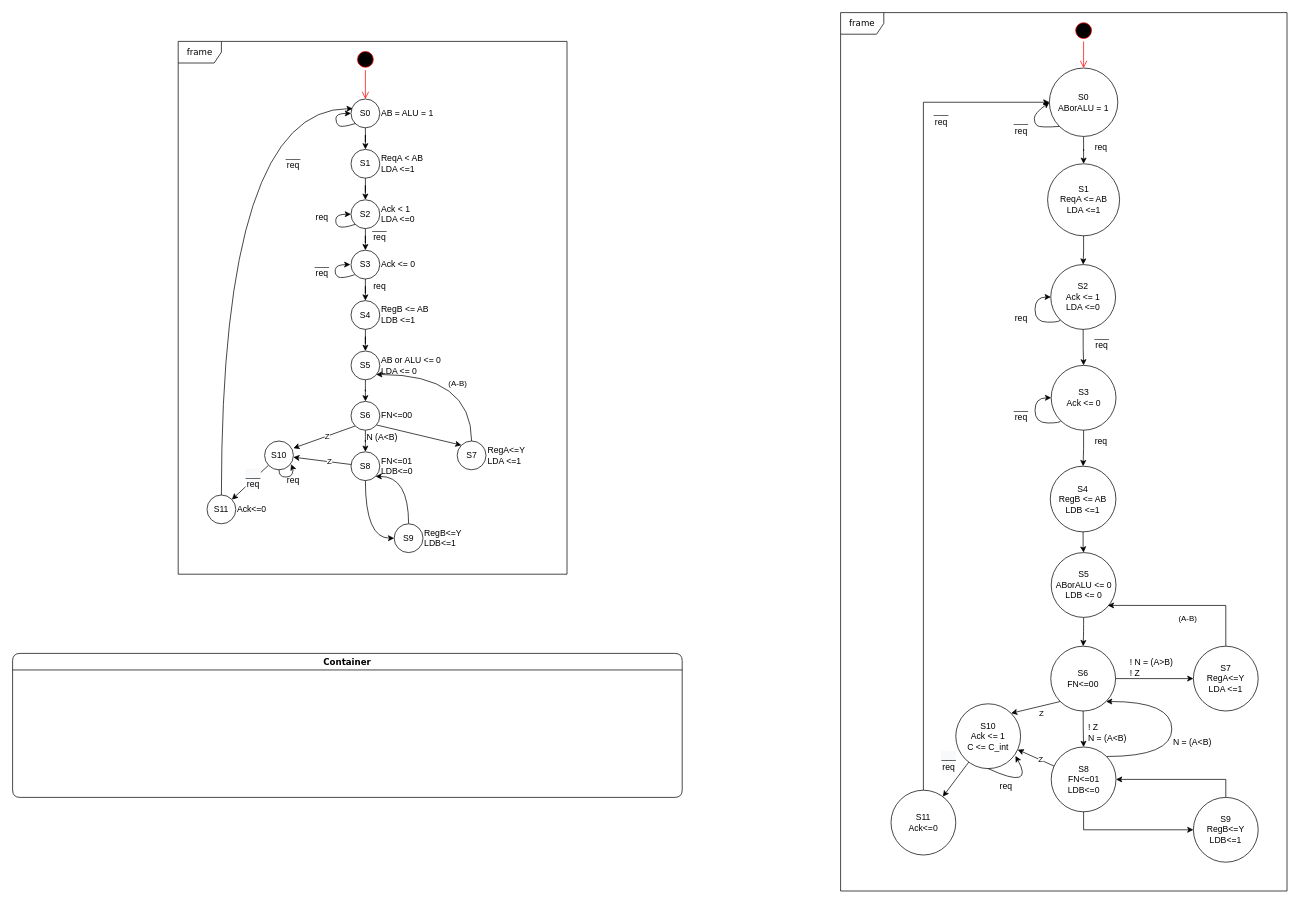
Above: page "Page-1" (1 of 2) of Untitled Diagram.drawio in rudfor/DesignDigitalSystems (draw.io), before the change. Source tidied: cells renumbered, new cells numbered last; positions are measured from the earlier drawing's top-left corner, leaving out a move shared by most shapes. Both pictures are drawn from the tidied source at 72%, with x=0, y=0 at pixel (12, 12).
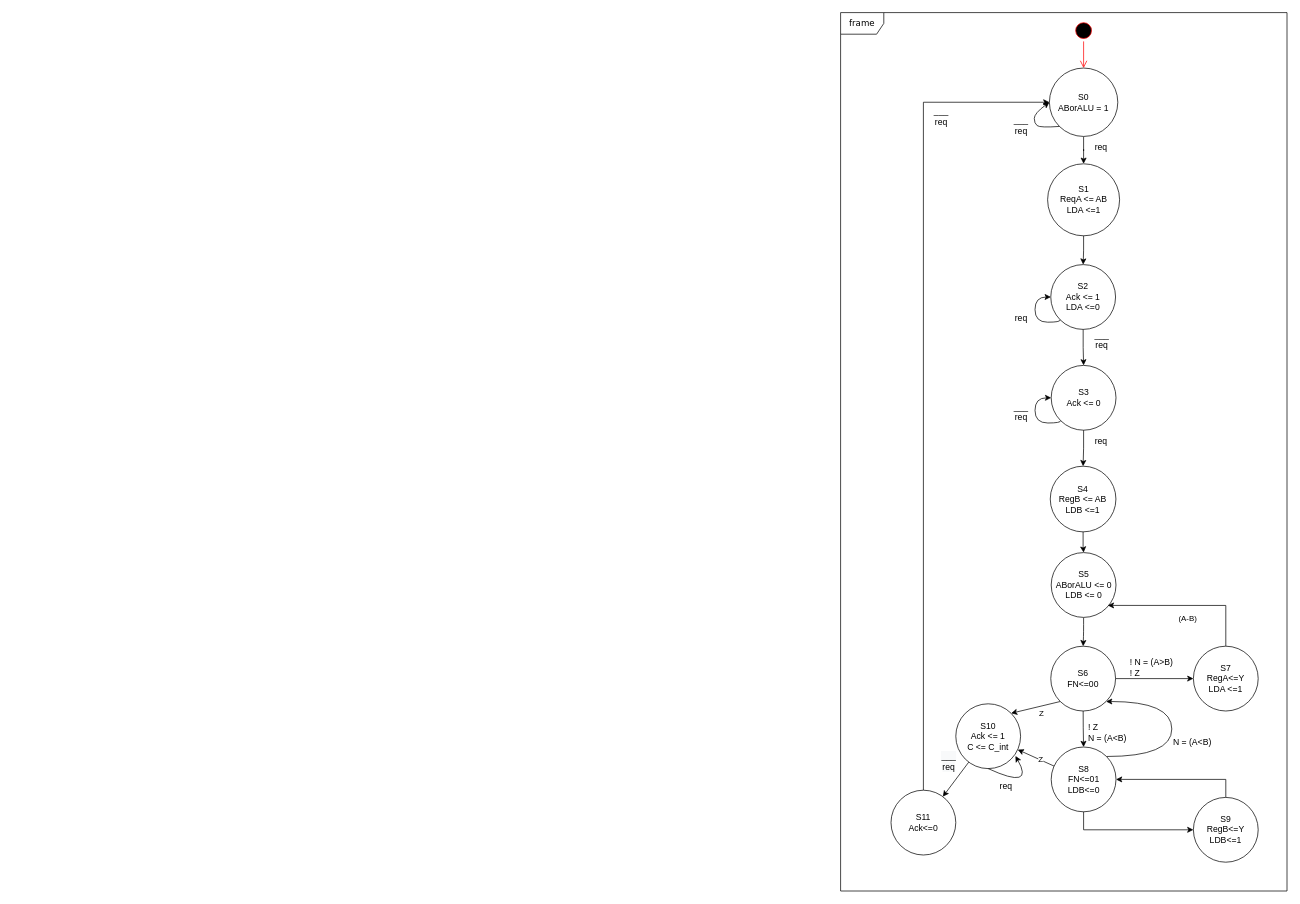
After the change.

Diff of the diagram source:
```diff
@@
-    <mxCell id="2" value="Container" style="swimlane;whiteSpace=wrap;html=1;rounded=1;shadow=0;comic=0;labelBackgroundColor=none;strokeWidth=1;fontFamily=Verdana;fontSize=12;align=center;" parent="1" vertex="1">
-      <mxGeometry y="890" width="930" height="200" as="geometry" />
-    </mxCell>
-    <mxCell id="3" value="frame" style="shape=umlFrame;whiteSpace=wrap;html=1;rounded=1;shadow=0;comic=0;labelBackgroundColor=none;strokeWidth=1;fontFamily=Verdana;fontSize=12;align=center;" parent="1" vertex="1">
-      <mxGeometry x="230" y="40" width="540" height="740" as="geometry" />
-    </mxCell>
-    <mxCell id="4" value="AB = ALU = 1" style="text;html=1;strokeColor=none;fillColor=none;align=left;verticalAlign=middle;whiteSpace=wrap;rounded=0;" parent="1" vertex="1">
-      <mxGeometry x="510" y="130" width="90" height="20" as="geometry" />
-    </mxCell>
-    <mxCell id="5" style="ellipse;html=1;shape=startState;fillColor=#000000;strokeColor=#ff0000;" parent="1" vertex="1">
-      <mxGeometry x="475" y="50" width="30" height="30" as="geometry" />
-    </mxCell>
-    <mxCell id="6" style="edgeStyle=orthogonalEdgeStyle;html=1;verticalAlign=bottom;endArrow=open;endSize=8;strokeColor=#ff0000;" parent="1" edge="1" source="5" target="8">
-      <mxGeometry relative="1" as="geometry" />
-    </mxCell>
-    <mxCell id="7" style="edgeStyle=orthogonalEdgeStyle;rounded=0;jettySize=auto;html=1;" parent="1" edge="1" source="8" target="9">
-      <mxGeometry relative="1" as="geometry" />
-    </mxCell>
-    <mxCell id="8" value="S0" style="ellipse;whiteSpace=wrap;html=1;" parent="1" vertex="1">
-      <mxGeometry x="470" y="120" width="40" height="40" as="geometry" />
-    </mxCell>
-    <mxCell id="9" value="S1" style="ellipse;whiteSpace=wrap;html=1;" parent="1" vertex="1">
-      <mxGeometry x="470" y="190" width="40" height="40" as="geometry" />
-    </mxCell>
-    <mxCell id="10" value="___&lt;br&gt;req" style="text;html=1;strokeColor=none;fillColor=none;align=center;verticalAlign=middle;whiteSpace=wrap;rounded=0;" parent="1" vertex="1">
-      <mxGeometry x="490" y="290" width="40" height="30" as="geometry" />
-    </mxCell>
-    <mxCell id="11" value="ReqA &amp;lt; AB&lt;br&gt;LDA &amp;lt;=1" style="text;html=1;strokeColor=none;fillColor=none;align=left;verticalAlign=middle;whiteSpace=wrap;rounded=0;" parent="1" vertex="1">
-      <mxGeometry x="510" y="190" width="90" height="40" as="geometry" />
-    </mxCell>
-    <mxCell id="12" style="edgeStyle=orthogonalEdgeStyle;rounded=0;jettySize=auto;html=1;exitX=0.5;exitY=1;exitDx=0;exitDy=0;" parent="1" edge="1" source="9" target="13">
-      <mxGeometry relative="1" as="geometry" />
-    </mxCell>
-    <mxCell id="13" value="S2" style="ellipse;whiteSpace=wrap;html=1;" parent="1" vertex="1">
-      <mxGeometry x="470" y="260" width="40" height="40" as="geometry" />
-    </mxCell>
-    <mxCell id="14" value="Ack &amp;lt; 1&lt;br&gt;LDA &amp;lt;=0" style="text;html=1;strokeColor=none;fillColor=none;align=left;verticalAlign=middle;whiteSpace=wrap;rounded=0;" parent="1" vertex="1">
-      <mxGeometry x="510" y="260" width="90" height="40" as="geometry" />
-    </mxCell>
-    <mxCell id="15" value="req" style="text;html=1;strokeColor=none;fillColor=none;align=center;verticalAlign=middle;whiteSpace=wrap;rounded=0;" parent="1" vertex="1">
-      <mxGeometry x="410" y="270" width="40" height="30" as="geometry" />
-    </mxCell>
-    <mxCell id="16" style="edgeStyle=orthogonalEdgeStyle;rounded=0;jettySize=auto;html=1;exitX=0.5;exitY=1;exitDx=0;exitDy=0;" parent="1" edge="1" source="13" target="17">
-      <mxGeometry relative="1" as="geometry" />
-    </mxCell>
-    <mxCell id="17" value="S3" style="ellipse;whiteSpace=wrap;html=1;" parent="1" vertex="1">
-      <mxGeometry x="470" y="330" width="40" height="40" as="geometry" />
-    </mxCell>
-    <mxCell id="18" value="Ack &amp;lt;= 0&lt;br&gt;" style="text;html=1;strokeColor=none;fillColor=none;align=left;verticalAlign=middle;whiteSpace=wrap;rounded=0;" parent="1" vertex="1">
-      <mxGeometry x="510" y="330" width="90" height="40" as="geometry" />
-    </mxCell>
-    <mxCell id="19" value="___&lt;br&gt;req" style="text;html=1;strokeColor=none;fillColor=none;align=center;verticalAlign=middle;whiteSpace=wrap;rounded=0;" parent="1" vertex="1">
-      <mxGeometry x="370" y="190" width="40" height="30" as="geometry" />
-    </mxCell>
-    <mxCell id="20" value="req" style="text;html=1;strokeColor=none;fillColor=none;align=center;verticalAlign=middle;whiteSpace=wrap;rounded=0;" parent="1" vertex="1">
-      <mxGeometry x="490" y="365" width="40" height="30" as="geometry" />
-    </mxCell>
-    <mxCell id="21" value="___&lt;br&gt;req" style="text;html=1;strokeColor=none;fillColor=none;align=center;verticalAlign=middle;whiteSpace=wrap;rounded=0;" parent="1" vertex="1">
-      <mxGeometry x="410" y="340" width="40" height="30" as="geometry" />
-    </mxCell>
-    <mxCell id="22" value="req" style="text;html=1;strokeColor=none;fillColor=none;align=center;verticalAlign=middle;whiteSpace=wrap;rounded=0;" parent="1" vertex="1">
-      <mxGeometry x="370" y="635" width="40" height="30" as="geometry" />
-    </mxCell>
-    <mxCell id="23" style="edgeStyle=orthogonalEdgeStyle;rounded=0;jettySize=auto;html=1;exitX=0.5;exitY=1;exitDx=0;exitDy=0;" parent="1" edge="1" source="17" target="24">
-      <mxGeometry relative="1" as="geometry" />
-    </mxCell>
-    <mxCell id="24" value="S4" style="ellipse;whiteSpace=wrap;html=1;" parent="1" vertex="1">
-      <mxGeometry x="470" y="400" width="40" height="40" as="geometry" />
-    </mxCell>
-    <mxCell id="25" value="RegB &amp;lt;= AB&lt;br&gt;LDB &amp;lt;=1" style="text;html=1;strokeColor=none;fillColor=none;align=left;verticalAlign=middle;whiteSpace=wrap;rounded=0;" parent="1" vertex="1">
-      <mxGeometry x="510" y="400" width="90" height="40" as="geometry" />
-    </mxCell>
-    <mxCell id="26" style="edgeStyle=orthogonalEdgeStyle;rounded=0;jettySize=auto;html=1;exitX=0.5;exitY=1;exitDx=0;exitDy=0;" parent="1" edge="1" source="24" target="28">
-      <mxGeometry relative="1" as="geometry" />
-    </mxCell>
-    <mxCell id="27" style="edgeStyle=orthogonalEdgeStyle;curved=1;jettySize=auto;html=1;" parent="1" edge="1" source="28" target="33">
-      <mxGeometry relative="1" as="geometry" />
-    </mxCell>
-    <mxCell id="28" value="S5" style="ellipse;whiteSpace=wrap;html=1;" parent="1" vertex="1">
-      <mxGeometry x="470" y="470" width="40" height="40" as="geometry" />
-    </mxCell>
-    <mxCell id="29" value="AB or ALU &amp;lt;= 0&lt;br&gt;LDA &amp;lt;= 0" style="text;html=1;strokeColor=none;fillColor=none;align=left;verticalAlign=middle;whiteSpace=wrap;rounded=0;" parent="1" vertex="1">
-      <mxGeometry x="510" y="470" width="90" height="40" as="geometry" />
-    </mxCell>
-    <mxCell id="30" style="edgeStyle=orthogonalEdgeStyle;curved=1;rounded=0;jettySize=auto;html=1;" parent="1" edge="1" source="33" target="46">
-      <mxGeometry relative="1" as="geometry" />
-    </mxCell>
-    <mxCell id="31" style="rounded=0;jettySize=auto;html=1;exitX=0;exitY=1;exitDx=0;exitDy=0;entryX=1;entryY=0.25;entryDx=0;entryDy=0;entryPerimeter=0;" parent="1" edge="1" source="33" target="54">
-      <mxGeometry relative="1" as="geometry" />
-    </mxCell>
-    <mxCell id="32" value="Z" style="edgeLabel;html=1;align=center;verticalAlign=middle;" parent="31" vertex="1">
-      <mxGeometry x="-0.08" relative="1" as="geometry" />
-    </mxCell>
-    <mxCell id="33" value="S6" style="ellipse;whiteSpace=wrap;html=1;" parent="1" vertex="1">
-      <mxGeometry x="470" y="540" width="40" height="40" as="geometry" />
-    </mxCell>
-    <mxCell id="34" value="FN&amp;lt;=00" style="text;html=1;strokeColor=none;fillColor=none;align=left;verticalAlign=middle;whiteSpace=wrap;rounded=0;" parent="1" vertex="1">
-      <mxGeometry x="510" y="540" width="90" height="40" as="geometry" />
-    </mxCell>
-    <mxCell id="35" style="endArrow=classic;html=1;entryX=0;entryY=0.5;entryDx=0;entryDy=0;exitX=0;exitY=1;exitDx=0;exitDy=0;curved=1;" parent="1" edge="1" source="13" target="13">
-      <mxGeometry relative="1" as="geometry">
-        <Array as="points">
-          <mxPoint x="458" y="300" />
-          <mxPoint x="448" y="294" />
-          <mxPoint x="450" y="280" />
-        </Array>
-      </mxGeometry>
-    </mxCell>
-    <mxCell id="36" style="endArrow=classic;html=1;entryX=0;entryY=0.5;entryDx=0;entryDy=0;exitX=0;exitY=1;exitDx=0;exitDy=0;curved=1;" parent="1" edge="1" source="8" target="8">
-      <mxGeometry relative="1" as="geometry">
-        <Array as="points">
-          <mxPoint x="457.1" y="160" />
-          <mxPoint x="449" y="154" />
-          <mxPoint x="449" y="140" />
-        </Array>
-      </mxGeometry>
-    </mxCell>
-    <mxCell id="37" style="endArrow=classic;html=1;entryX=0;entryY=0.5;entryDx=0;entryDy=0;exitX=0;exitY=1;exitDx=0;exitDy=0;curved=1;" parent="1" edge="1">
-      <mxGeometry relative="1" as="geometry">
-        <mxPoint x="475" y="364.1" as="sourcePoint" />
-        <mxPoint x="469.1" y="350" as="targetPoint" />
-        <Array as="points">
-          <mxPoint x="457.2" y="370" />
-          <mxPoint x="447.2" y="364" />
-          <mxPoint x="449.2" y="350" />
-        </Array>
-      </mxGeometry>
-    </mxCell>
-    <mxCell id="38" style="edgeStyle=orthogonalEdgeStyle;curved=1;rounded=0;jettySize=auto;html=1;exitX=0.5;exitY=0;exitDx=0;exitDy=0;entryX=0.874;entryY=0.815;entryDx=0;entryDy=0;entryPerimeter=0;" parent="1" edge="1" source="40" target="28">
-      <mxGeometry relative="1" as="geometry">
-        <Array as="points">
-          <mxPoint x="638" y="503" />
-        </Array>
-      </mxGeometry>
-    </mxCell>
-    <mxCell id="39" value="(A-B)" style="edgeLabel;html=1;align=center;verticalAlign=middle;" parent="38" vertex="1">
-      <mxGeometry y="12" relative="1" as="geometry" />
-    </mxCell>
-    <mxCell id="40" value="S7" style="ellipse;whiteSpace=wrap;html=1;" parent="1" vertex="1">
-      <mxGeometry x="617.5" y="595" width="40" height="40" as="geometry" />
-    </mxCell>
-    <mxCell id="41" style="jettySize=auto;html=1;exitX=0.898;exitY=0.822;exitDx=0;exitDy=0;exitPerimeter=0;entryX=0;entryY=0;entryDx=0;entryDy=0;rounded=0;" parent="1" edge="1" source="33" target="40">
-      <mxGeometry relative="1" as="geometry" />
-    </mxCell>
-    <mxCell id="42" value="RegA&amp;lt;=Y&lt;br&gt;LDA &amp;lt;=1" style="text;html=1;strokeColor=none;fillColor=none;align=left;verticalAlign=middle;whiteSpace=wrap;rounded=0;" parent="1" vertex="1">
-      <mxGeometry x="657.5" y="595" width="90" height="40" as="geometry" />
-    </mxCell>
-    <mxCell id="43" style="edgeStyle=orthogonalEdgeStyle;curved=1;rounded=0;jettySize=auto;html=1;exitX=1;exitY=1;exitDx=0;exitDy=0;endArrow=none;endFill=0;startArrow=classic;startFill=1;" parent="1" edge="1" source="46" target="49">
-      <mxGeometry relative="1" as="geometry" />
-    </mxCell>
-    <mxCell id="44" style="edgeStyle=none;rounded=0;jettySize=auto;html=1;" parent="1" edge="1" source="46" target="54">
-      <mxGeometry relative="1" as="geometry" />
-    </mxCell>
-    <mxCell id="45" value="Z" style="edgeLabel;html=1;align=center;verticalAlign=middle;" parent="44" vertex="1">
-      <mxGeometry x="-0.23" y="-1" relative="1" as="geometry" />
-    </mxCell>
-    <mxCell id="46" value="S8" style="ellipse;whiteSpace=wrap;html=1;" parent="1" vertex="1">
-      <mxGeometry x="470" y="610" width="40" height="40" as="geometry" />
-    </mxCell>
-    <mxCell id="47" value="FN&amp;lt;=01&lt;br&gt;LDB&amp;lt;=0" style="text;html=1;strokeColor=none;fillColor=none;align=left;verticalAlign=middle;whiteSpace=wrap;rounded=0;" parent="1" vertex="1">
-      <mxGeometry x="510" y="610" width="90" height="40" as="geometry" />
-    </mxCell>
-    <mxCell id="48" style="edgeStyle=orthogonalEdgeStyle;curved=1;rounded=0;jettySize=auto;html=1;exitX=0;exitY=0.5;exitDx=0;exitDy=0;entryX=0.5;entryY=1;entryDx=0;entryDy=0;startArrow=classic;startFill=1;endArrow=none;endFill=0;" parent="1" edge="1" source="49" target="46">
-      <mxGeometry relative="1" as="geometry">
-        <Array as="points">
-          <mxPoint x="490" y="730" />
-        </Array>
-      </mxGeometry>
-    </mxCell>
-    <mxCell id="49" value="S9" style="ellipse;whiteSpace=wrap;html=1;" parent="1" vertex="1">
-      <mxGeometry x="530" y="710" width="40" height="40" as="geometry" />
-    </mxCell>
-    <mxCell id="50" value="RegB&amp;lt;=Y&lt;br&gt;LDB&amp;lt;=1" style="text;html=1;strokeColor=none;fillColor=none;align=left;verticalAlign=middle;whiteSpace=wrap;rounded=0;" parent="1" vertex="1">
-      <mxGeometry x="570" y="710" width="90" height="40" as="geometry" />
-    </mxCell>
-    <mxCell id="51" value="N&amp;nbsp;(A&amp;lt;B)" style="text;html=1;strokeColor=none;fillColor=none;align=left;verticalAlign=middle;whiteSpace=wrap;rounded=0;" parent="1" vertex="1">
-      <mxGeometry x="490" y="570" width="90" height="40" as="geometry" />
-    </mxCell>
-    <mxCell id="52" style="edgeStyle=none;rounded=0;jettySize=auto;html=1;" parent="1" edge="1" source="54" target="56">
-      <mxGeometry relative="1" as="geometry" />
-    </mxCell>
-    <mxCell id="53" value="&lt;span style=&quot;font-size: 12px ; background-color: rgb(248 , 249 , 250)&quot;&gt;___&lt;/span&gt;&lt;br style=&quot;font-size: 12px ; background-color: rgb(248 , 249 , 250)&quot;&gt;&lt;span style=&quot;font-size: 12px ; background-color: rgb(248 , 249 , 250)&quot;&gt;req&lt;/span&gt;" style="edgeLabel;html=1;align=center;verticalAlign=middle;" parent="52" vertex="1">
-      <mxGeometry x="-0.17" y="-1" relative="1" as="geometry" />
-    </mxCell>
-    <mxCell id="54" value="S10" style="ellipse;whiteSpace=wrap;html=1;" parent="1" vertex="1">
-      <mxGeometry x="350" y="595" width="40" height="40" as="geometry" />
-    </mxCell>
-    <mxCell id="55" style="edgeStyle=orthogonalEdgeStyle;rounded=0;jettySize=auto;html=1;exitX=0.5;exitY=0;exitDx=0;exitDy=0;entryX=0.06;entryY=0.335;entryDx=0;entryDy=0;entryPerimeter=0;curved=1;" parent="1" edge="1" source="56" target="8">
-      <mxGeometry relative="1" as="geometry">
-        <Array as="points">
-          <mxPoint x="290" y="133" />
-        </Array>
-      </mxGeometry>
-    </mxCell>
-    <mxCell id="56" value="S11" style="ellipse;whiteSpace=wrap;html=1;" parent="1" vertex="1">
-      <mxGeometry x="270" y="670" width="40" height="40" as="geometry" />
-    </mxCell>
-    <mxCell id="57" value="Ack&amp;lt;=0" style="text;html=1;strokeColor=none;fillColor=none;align=left;verticalAlign=middle;whiteSpace=wrap;rounded=0;" parent="1" vertex="1">
-      <mxGeometry x="310" y="670" width="90" height="40" as="geometry" />
-    </mxCell>
-    <mxCell id="58" style="endArrow=classic;html=1;entryX=0.92;entryY=0.805;entryDx=0;entryDy=0;exitX=0.5;exitY=1;exitDx=0;exitDy=0;curved=1;entryPerimeter=0;" parent="1" edge="1" source="54" target="54">
-      <mxGeometry relative="1" as="geometry">
-        <Array as="points">
-          <mxPoint x="370" y="645" />
-          <mxPoint x="387" y="645" />
-          <mxPoint x="390" y="635" />
-        </Array>
-      </mxGeometry>
-    </mxCell>
```
